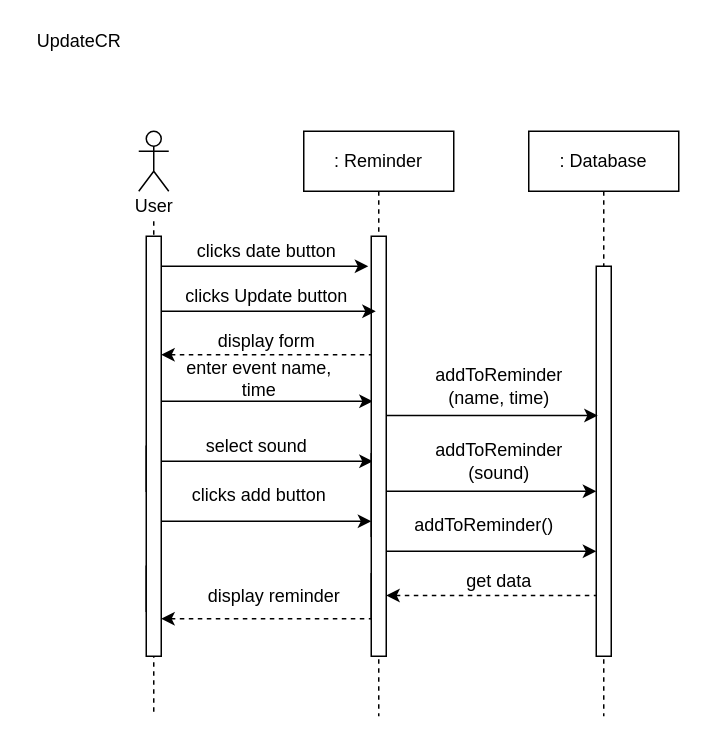
Above: page "Page-3" (3 of 5) of CalendarReminder.drawio in FaizAnuar/ashisu (draw.io), before the change. Source tidied: cells renumbered, new cells numbered last; positions are measured from the earlier drawing's top-left corner, leaving out a move shared by most shapes. Both pictures are drawn from the tidied source at 150%, with x=0, y=0 at pixel (26, 26).
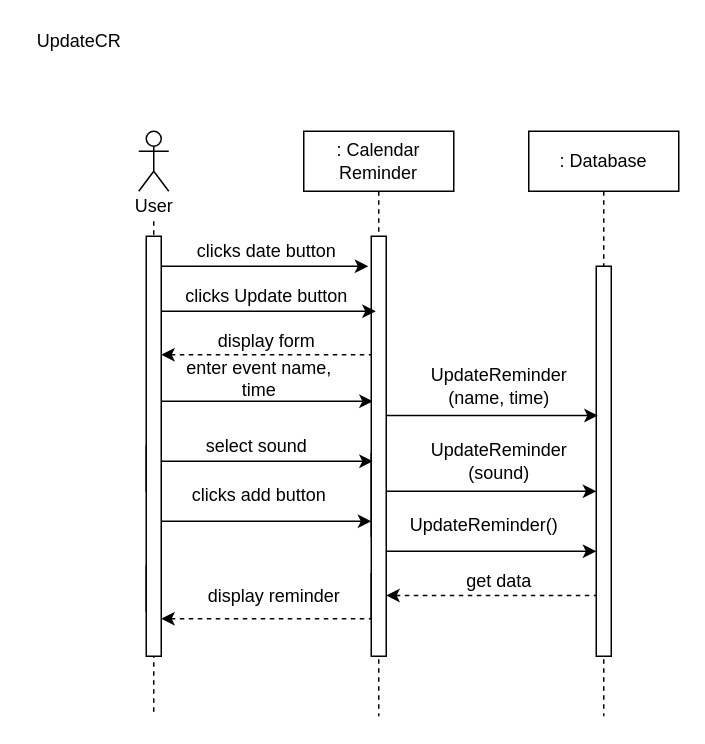
Above is the later version.

Diff of the diagram source:
```diff
@@
-    <mxCell id="4" value=": Reminder" style="rounded=0;whiteSpace=wrap;html=1;" parent="1" vertex="1">
+    <mxCell id="4" value=": Calendar Reminder" style="rounded=0;whiteSpace=wrap;html=1;" parent="1" vertex="1">
       <mxGeometry x="185" y="70" width="100" height="40" as="geometry" />
     </mxCell>
@@
-    <mxCell id="20" value="addToReminder&lt;br&gt;(name, time)" style="text;html=1;align=center;verticalAlign=middle;strokeColor=none;" parent="1" vertex="1">
-      <mxGeometry x="265" y="220" width="100" height="40" as="geometry" />
+    <mxCell id="20" value="UpdateReminder&lt;br&gt;(name, time)" style="text;html=1;align=center;verticalAlign=middle;strokeColor=none;" parent="1" vertex="1">
+      <mxGeometry x="260" y="220" width="110" height="40" as="geometry" />
     </mxCell>
-    <mxCell id="21" value="addToReminder&lt;br&gt;(sound)" style="text;html=1;align=center;verticalAlign=middle;strokeColor=none;" parent="1" vertex="1">
-      <mxGeometry x="265" y="270" width="100" height="40" as="geometry" />
+    <mxCell id="21" value="UpdateReminder&lt;br&gt;(sound)" style="text;html=1;align=center;verticalAlign=middle;strokeColor=none;" parent="1" vertex="1">
+      <mxGeometry x="260" y="270" width="110" height="40" as="geometry" />
     </mxCell>
@@
-    <mxCell id="24" value="addToReminder()" style="text;html=1;align=center;verticalAlign=middle;strokeColor=none;" parent="1" vertex="1">
+    <mxCell id="24" value="UpdateReminder()" style="text;html=1;align=center;verticalAlign=middle;strokeColor=none;" parent="1" vertex="1">
       <mxGeometry x="250" y="322.5" width="110" height="20" as="geometry" />
     </mxCell>
```
